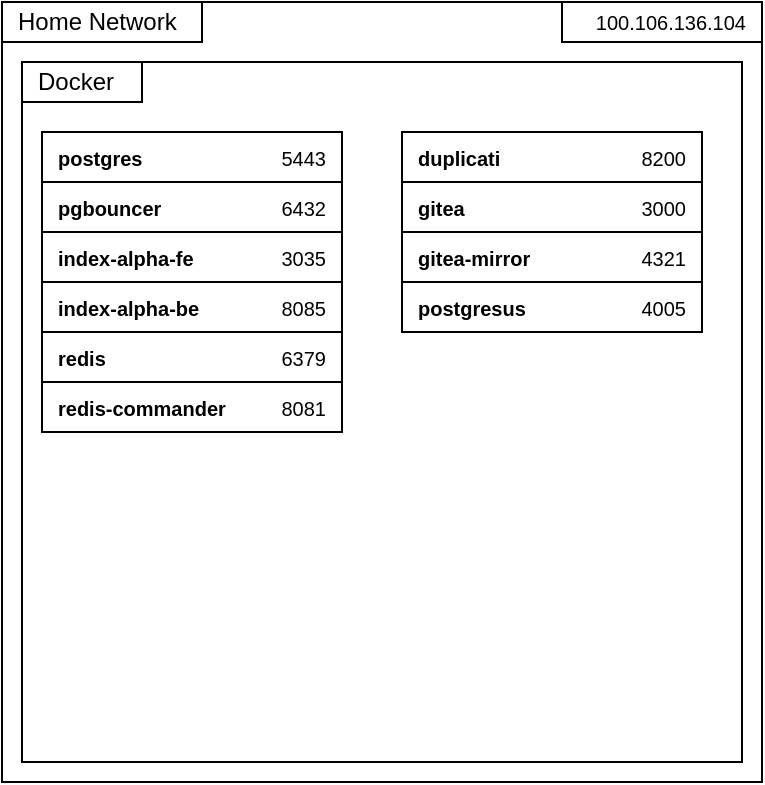
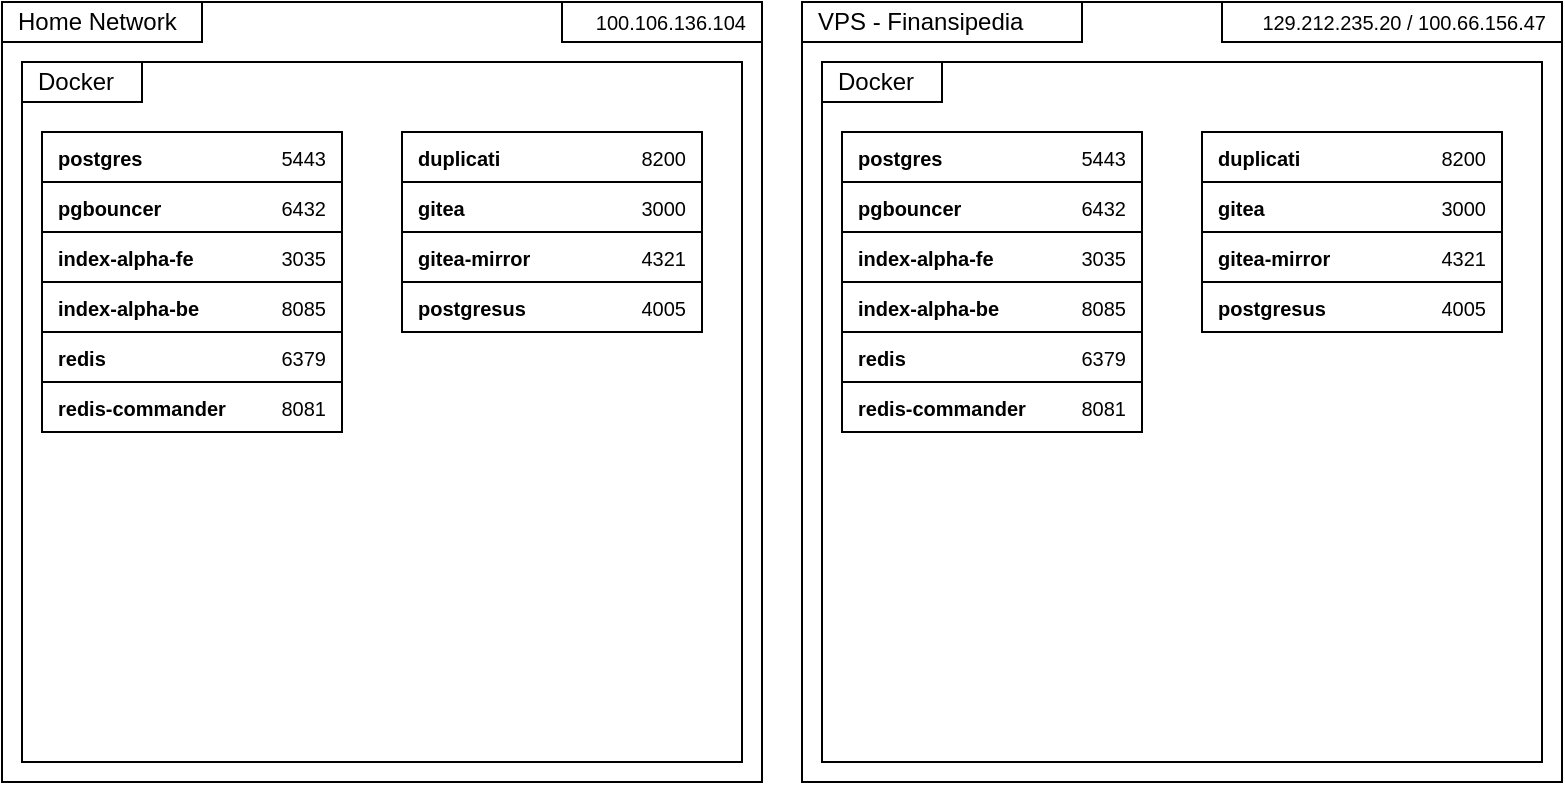
<mxfile host="app.diagrams.net">
  <diagram name="Page-1" id="EqAcxWxWpPEczBTcAObV">
-     <mxGraphModel dx="549" dy="291" grid="1" gridSize="10" guides="1" tooltips="1" connect="1" arrows="1" fold="1" page="1" pageScale="1" pageWidth="850" pageHeight="1100" math="0" shadow="0">
+     <mxGraphModel dx="1373" dy="728" grid="1" gridSize="10" guides="1" tooltips="1" connect="1" arrows="1" fold="1" page="1" pageScale="1" pageWidth="850" pageHeight="1100" math="0" shadow="0">
      <root>
        <mxCell id="0" />
        <mxCell id="1" parent="0" />
        <mxCell id="tyjjsNKJ7kBHK_1WbMmb-1" parent="1" style="rounded=0;whiteSpace=wrap;html=1;" value="" vertex="1">
          <mxGeometry height="390" width="380" x="50" y="60" as="geometry" />
        </mxCell>
        <mxCell id="tyjjsNKJ7kBHK_1WbMmb-18" parent="1" style="rounded=0;whiteSpace=wrap;html=1;" value="" vertex="1">
          <mxGeometry height="350" width="360" x="60" y="90" as="geometry" />
        </mxCell>
        <mxCell id="tyjjsNKJ7kBHK_1WbMmb-3" parent="1" style="rounded=0;whiteSpace=wrap;html=1;" value="" vertex="1">
          <mxGeometry height="20" width="100" x="50" y="60" as="geometry" />
        </mxCell>
        <mxCell id="tyjjsNKJ7kBHK_1WbMmb-2" parent="1" style="text;html=1;whiteSpace=wrap;strokeColor=none;fillColor=none;align=left;verticalAlign=middle;rounded=0;spacingLeft=6;" value="Home Network" vertex="1">
          <mxGeometry height="20" width="100" x="50" y="60" as="geometry" />
        </mxCell>
        <mxCell id="tyjjsNKJ7kBHK_1WbMmb-19" parent="1" style="rounded=0;whiteSpace=wrap;html=1;" value="" vertex="1">
          <mxGeometry height="20" width="60" x="60" y="90" as="geometry" />
        </mxCell>
        <mxCell id="tyjjsNKJ7kBHK_1WbMmb-20" parent="1" style="text;html=1;whiteSpace=wrap;strokeColor=none;fillColor=none;align=left;verticalAlign=middle;rounded=0;spacingLeft=6;" value="Docker" vertex="1">
          <mxGeometry height="20" width="50" x="60" y="90" as="geometry" />
        </mxCell>
        <mxCell id="tyjjsNKJ7kBHK_1WbMmb-28" parent="1" style="rounded=0;whiteSpace=wrap;html=1;align=right;" value="" vertex="1">
          <mxGeometry height="20" width="100" x="330" y="60" as="geometry" />
        </mxCell>
        <mxCell id="tyjjsNKJ7kBHK_1WbMmb-29" parent="1" style="text;html=1;whiteSpace=wrap;strokeColor=none;fillColor=none;align=right;verticalAlign=middle;rounded=0;spacingLeft=6;spacingRight=6;" value="&lt;span style=&quot;font-size: 10px; text-align: center;&quot;&gt;100.106.136.104&lt;/span&gt;" vertex="1">
          <mxGeometry height="20" width="100" x="330" y="60" as="geometry" />
        </mxCell>
        <mxCell id="tyjjsNKJ7kBHK_1WbMmb-48" connectable="0" parent="1" style="group" value="" vertex="1">
          <mxGeometry height="25" width="150" x="70" y="250" as="geometry" />
        </mxCell>
        <mxCell id="tyjjsNKJ7kBHK_1WbMmb-44" parent="tyjjsNKJ7kBHK_1WbMmb-48" style="rounded=0;whiteSpace=wrap;html=1;" value="" vertex="1">
          <mxGeometry height="25" width="150" as="geometry" />
        </mxCell>
        <mxCell id="tyjjsNKJ7kBHK_1WbMmb-45" parent="tyjjsNKJ7kBHK_1WbMmb-48" style="text;html=1;whiteSpace=wrap;strokeColor=none;fillColor=none;align=left;verticalAlign=middle;rounded=0;fontStyle=1;spacingRight=6;spacingLeft=6;" value="&lt;font style=&quot;font-size: 10px;&quot;&gt;redis-commander&lt;/font&gt;" vertex="1">
          <mxGeometry height="20" width="100" y="2.5" as="geometry" />
        </mxCell>
        <mxCell id="tyjjsNKJ7kBHK_1WbMmb-46" parent="tyjjsNKJ7kBHK_1WbMmb-48" style="text;html=1;whiteSpace=wrap;strokeColor=none;fillColor=none;align=right;verticalAlign=middle;rounded=0;spacingRight=6;spacingLeft=6;" value="&lt;font style=&quot;font-size: 10px;&quot;&gt;8081&lt;/font&gt;" vertex="1">
          <mxGeometry height="20" width="40" x="110" y="2.5" as="geometry" />
        </mxCell>
        <mxCell id="tyjjsNKJ7kBHK_1WbMmb-49" connectable="0" parent="1" style="group" value="" vertex="1">
          <mxGeometry height="25" width="150" x="70" y="225" as="geometry" />
        </mxCell>
        <mxCell id="tyjjsNKJ7kBHK_1WbMmb-41" parent="tyjjsNKJ7kBHK_1WbMmb-49" style="rounded=0;whiteSpace=wrap;html=1;" value="" vertex="1">
          <mxGeometry height="25" width="150" as="geometry" />
        </mxCell>
        <mxCell id="tyjjsNKJ7kBHK_1WbMmb-42" parent="tyjjsNKJ7kBHK_1WbMmb-49" style="text;html=1;whiteSpace=wrap;strokeColor=none;fillColor=none;align=left;verticalAlign=middle;rounded=0;fontStyle=1;spacingRight=6;spacingLeft=6;" value="&lt;font style=&quot;font-size: 10px;&quot;&gt;redis&lt;/font&gt;" vertex="1">
          <mxGeometry height="20" width="100" y="2.5" as="geometry" />
        </mxCell>
        <mxCell id="tyjjsNKJ7kBHK_1WbMmb-43" parent="tyjjsNKJ7kBHK_1WbMmb-49" style="text;html=1;whiteSpace=wrap;strokeColor=none;fillColor=none;align=right;verticalAlign=middle;rounded=0;spacingRight=6;spacingLeft=6;" value="&lt;font style=&quot;font-size: 10px;&quot;&gt;6379&lt;/font&gt;" vertex="1">
          <mxGeometry height="20" width="40" x="110" y="2.5" as="geometry" />
        </mxCell>
        <mxCell id="tyjjsNKJ7kBHK_1WbMmb-50" connectable="0" parent="1" style="group" value="" vertex="1">
          <mxGeometry height="25" width="150" x="70" y="200" as="geometry" />
        </mxCell>
        <mxCell id="tyjjsNKJ7kBHK_1WbMmb-38" parent="tyjjsNKJ7kBHK_1WbMmb-50" style="rounded=0;whiteSpace=wrap;html=1;" value="" vertex="1">
          <mxGeometry height="25" width="150" as="geometry" />
        </mxCell>
        <mxCell id="tyjjsNKJ7kBHK_1WbMmb-39" parent="tyjjsNKJ7kBHK_1WbMmb-50" style="text;html=1;whiteSpace=wrap;strokeColor=none;fillColor=none;align=left;verticalAlign=middle;rounded=0;fontStyle=1;spacingRight=6;spacingLeft=6;" value="&lt;font style=&quot;font-size: 10px;&quot;&gt;index-alpha-be&lt;/font&gt;" vertex="1">
          <mxGeometry height="20" width="100" y="2.5" as="geometry" />
        </mxCell>
        <mxCell id="tyjjsNKJ7kBHK_1WbMmb-40" parent="tyjjsNKJ7kBHK_1WbMmb-50" style="text;html=1;whiteSpace=wrap;strokeColor=none;fillColor=none;align=right;verticalAlign=middle;rounded=0;spacingRight=6;spacingLeft=6;" value="&lt;font style=&quot;font-size: 10px;&quot;&gt;8085&lt;/font&gt;" vertex="1">
          <mxGeometry height="20" width="40" x="110" y="2.5" as="geometry" />
        </mxCell>
        <mxCell id="tyjjsNKJ7kBHK_1WbMmb-51" connectable="0" parent="1" style="group" value="" vertex="1">
          <mxGeometry height="25" width="150" x="70" y="175" as="geometry" />
        </mxCell>
        <mxCell id="tyjjsNKJ7kBHK_1WbMmb-35" parent="tyjjsNKJ7kBHK_1WbMmb-51" style="rounded=0;whiteSpace=wrap;html=1;" value="" vertex="1">
          <mxGeometry height="25" width="150" as="geometry" />
        </mxCell>
        <mxCell id="tyjjsNKJ7kBHK_1WbMmb-36" parent="tyjjsNKJ7kBHK_1WbMmb-51" style="text;html=1;whiteSpace=wrap;strokeColor=none;fillColor=none;align=left;verticalAlign=middle;rounded=0;fontStyle=1;spacingRight=6;spacingLeft=6;" value="&lt;font style=&quot;font-size: 10px;&quot;&gt;index-alpha-fe&lt;/font&gt;" vertex="1">
          <mxGeometry height="20" width="100" y="2.5" as="geometry" />
        </mxCell>
        <mxCell id="tyjjsNKJ7kBHK_1WbMmb-37" parent="tyjjsNKJ7kBHK_1WbMmb-51" style="text;html=1;whiteSpace=wrap;strokeColor=none;fillColor=none;align=right;verticalAlign=middle;rounded=0;spacingRight=6;spacingLeft=6;" value="&lt;font style=&quot;font-size: 10px;&quot;&gt;3035&lt;/font&gt;" vertex="1">
          <mxGeometry height="20" width="40" x="110" y="2.5" as="geometry" />
        </mxCell>
        <mxCell id="tyjjsNKJ7kBHK_1WbMmb-52" connectable="0" parent="1" style="group" value="" vertex="1">
          <mxGeometry height="25" width="150" x="70" y="150" as="geometry" />
        </mxCell>
        <mxCell id="tyjjsNKJ7kBHK_1WbMmb-32" parent="tyjjsNKJ7kBHK_1WbMmb-52" style="rounded=0;whiteSpace=wrap;html=1;" value="" vertex="1">
          <mxGeometry height="25" width="150" as="geometry" />
        </mxCell>
        <mxCell id="tyjjsNKJ7kBHK_1WbMmb-33" parent="tyjjsNKJ7kBHK_1WbMmb-52" style="text;html=1;whiteSpace=wrap;strokeColor=none;fillColor=none;align=left;verticalAlign=middle;rounded=0;fontStyle=1;spacingRight=6;spacingLeft=6;" value="&lt;font style=&quot;font-size: 10px;&quot;&gt;pgbouncer&lt;/font&gt;" vertex="1">
          <mxGeometry height="20" width="100" y="2.5" as="geometry" />
        </mxCell>
        <mxCell id="tyjjsNKJ7kBHK_1WbMmb-34" parent="tyjjsNKJ7kBHK_1WbMmb-52" style="text;html=1;whiteSpace=wrap;strokeColor=none;fillColor=none;align=right;verticalAlign=middle;rounded=0;spacingRight=6;spacingLeft=6;" value="&lt;font style=&quot;font-size: 10px;&quot;&gt;6432&lt;/font&gt;" vertex="1">
          <mxGeometry height="20" width="40" x="110" y="2.5" as="geometry" />
        </mxCell>
        <mxCell id="tyjjsNKJ7kBHK_1WbMmb-53" connectable="0" parent="1" style="group" value="" vertex="1">
          <mxGeometry height="25" width="150" x="70" y="125" as="geometry" />
        </mxCell>
        <mxCell id="tyjjsNKJ7kBHK_1WbMmb-5" parent="tyjjsNKJ7kBHK_1WbMmb-53" style="rounded=0;whiteSpace=wrap;html=1;" value="" vertex="1">
          <mxGeometry height="25" width="150" as="geometry" />
        </mxCell>
        <mxCell id="tyjjsNKJ7kBHK_1WbMmb-6" parent="tyjjsNKJ7kBHK_1WbMmb-53" style="text;html=1;whiteSpace=wrap;strokeColor=none;fillColor=none;align=left;verticalAlign=middle;rounded=0;fontStyle=1;spacingRight=6;spacingLeft=6;" value="&lt;font style=&quot;font-size: 10px;&quot;&gt;postgres&lt;/font&gt;" vertex="1">
          <mxGeometry height="20" width="100" y="2.5" as="geometry" />
        </mxCell>
        <mxCell id="tyjjsNKJ7kBHK_1WbMmb-7" parent="tyjjsNKJ7kBHK_1WbMmb-53" style="text;html=1;whiteSpace=wrap;strokeColor=none;fillColor=none;align=right;verticalAlign=middle;rounded=0;spacingRight=6;spacingLeft=6;" value="&lt;font style=&quot;font-size: 10px;&quot;&gt;5443&lt;/font&gt;" vertex="1">
          <mxGeometry height="20" width="40" x="110" y="2.5" as="geometry" />
        </mxCell>
        <mxCell id="tyjjsNKJ7kBHK_1WbMmb-54" connectable="0" parent="1" style="group" value="" vertex="1">
          <mxGeometry height="25" width="150" x="250" y="125" as="geometry" />
        </mxCell>
        <mxCell id="tyjjsNKJ7kBHK_1WbMmb-55" parent="tyjjsNKJ7kBHK_1WbMmb-54" style="rounded=0;whiteSpace=wrap;html=1;" value="" vertex="1">
          <mxGeometry height="25" width="150" as="geometry" />
        </mxCell>
        <mxCell id="tyjjsNKJ7kBHK_1WbMmb-56" parent="tyjjsNKJ7kBHK_1WbMmb-54" style="text;html=1;whiteSpace=wrap;strokeColor=none;fillColor=none;align=left;verticalAlign=middle;rounded=0;fontStyle=1;spacingRight=6;spacingLeft=6;" value="&lt;font style=&quot;font-size: 10px;&quot;&gt;duplicati&lt;/font&gt;" vertex="1">
          <mxGeometry height="20" width="100" y="2.5" as="geometry" />
        </mxCell>
        <mxCell id="tyjjsNKJ7kBHK_1WbMmb-57" parent="tyjjsNKJ7kBHK_1WbMmb-54" style="text;html=1;whiteSpace=wrap;strokeColor=none;fillColor=none;align=right;verticalAlign=middle;rounded=0;spacingRight=6;spacingLeft=6;" value="&lt;font style=&quot;font-size: 10px;&quot;&gt;8200&lt;/font&gt;" vertex="1">
          <mxGeometry height="20" width="40" x="110" y="2.5" as="geometry" />
        </mxCell>
        <mxCell id="tyjjsNKJ7kBHK_1WbMmb-58" connectable="0" parent="1" style="group" value="" vertex="1">
          <mxGeometry height="25" width="150" x="250" y="150" as="geometry" />
        </mxCell>
        <mxCell id="tyjjsNKJ7kBHK_1WbMmb-59" parent="tyjjsNKJ7kBHK_1WbMmb-58" style="rounded=0;whiteSpace=wrap;html=1;" value="" vertex="1">
          <mxGeometry height="25" width="150" as="geometry" />
        </mxCell>
        <mxCell id="tyjjsNKJ7kBHK_1WbMmb-60" parent="tyjjsNKJ7kBHK_1WbMmb-58" style="text;html=1;whiteSpace=wrap;strokeColor=none;fillColor=none;align=left;verticalAlign=middle;rounded=0;fontStyle=1;spacingRight=6;spacingLeft=6;" value="&lt;font style=&quot;font-size: 10px;&quot;&gt;gitea&lt;/font&gt;" vertex="1">
          <mxGeometry height="20" width="100" y="2.5" as="geometry" />
        </mxCell>
        <mxCell id="tyjjsNKJ7kBHK_1WbMmb-61" parent="tyjjsNKJ7kBHK_1WbMmb-58" style="text;html=1;whiteSpace=wrap;strokeColor=none;fillColor=none;align=right;verticalAlign=middle;rounded=0;spacingRight=6;spacingLeft=6;" value="&lt;font style=&quot;font-size: 10px;&quot;&gt;3000&lt;/font&gt;" vertex="1">
          <mxGeometry height="20" width="40" x="110" y="2.5" as="geometry" />
        </mxCell>
        <mxCell id="tyjjsNKJ7kBHK_1WbMmb-62" connectable="0" parent="1" style="group" value="" vertex="1">
          <mxGeometry height="25" width="150" x="250" y="175" as="geometry" />
        </mxCell>
        <mxCell id="tyjjsNKJ7kBHK_1WbMmb-63" parent="tyjjsNKJ7kBHK_1WbMmb-62" style="rounded=0;whiteSpace=wrap;html=1;" value="" vertex="1">
          <mxGeometry height="25" width="150" as="geometry" />
        </mxCell>
        <mxCell id="tyjjsNKJ7kBHK_1WbMmb-64" parent="tyjjsNKJ7kBHK_1WbMmb-62" style="text;html=1;whiteSpace=wrap;strokeColor=none;fillColor=none;align=left;verticalAlign=middle;rounded=0;fontStyle=1;spacingRight=6;spacingLeft=6;" value="&lt;div&gt;&lt;span style=&quot;font-size: 10px;&quot;&gt;gitea-mirror&lt;/span&gt;&lt;/div&gt;" vertex="1">
          <mxGeometry height="20" width="100" y="2.5" as="geometry" />
        </mxCell>
        <mxCell id="tyjjsNKJ7kBHK_1WbMmb-65" parent="tyjjsNKJ7kBHK_1WbMmb-62" style="text;html=1;whiteSpace=wrap;strokeColor=none;fillColor=none;align=right;verticalAlign=middle;rounded=0;spacingRight=6;spacingLeft=6;" value="&lt;font style=&quot;font-size: 10px;&quot;&gt;4321&lt;/font&gt;" vertex="1">
          <mxGeometry height="20" width="40" x="110" y="2.5" as="geometry" />
        </mxCell>
        <mxCell id="tyjjsNKJ7kBHK_1WbMmb-66" connectable="0" parent="1" style="group" value="" vertex="1">
          <mxGeometry height="25" width="150" x="250" y="200" as="geometry" />
        </mxCell>
        <mxCell id="tyjjsNKJ7kBHK_1WbMmb-67" parent="tyjjsNKJ7kBHK_1WbMmb-66" style="rounded=0;whiteSpace=wrap;html=1;" value="" vertex="1">
          <mxGeometry height="25" width="150" as="geometry" />
        </mxCell>
        <mxCell id="tyjjsNKJ7kBHK_1WbMmb-68" parent="tyjjsNKJ7kBHK_1WbMmb-66" style="text;html=1;whiteSpace=wrap;strokeColor=none;fillColor=none;align=left;verticalAlign=middle;rounded=0;fontStyle=1;spacingRight=6;spacingLeft=6;" value="&lt;div&gt;&lt;span style=&quot;font-size: 10px;&quot;&gt;postgresus&lt;/span&gt;&lt;/div&gt;" vertex="1">
          <mxGeometry height="20" width="100" y="2.5" as="geometry" />
        </mxCell>
        <mxCell id="tyjjsNKJ7kBHK_1WbMmb-69" parent="tyjjsNKJ7kBHK_1WbMmb-66" style="text;html=1;whiteSpace=wrap;strokeColor=none;fillColor=none;align=right;verticalAlign=middle;rounded=0;spacingRight=6;spacingLeft=6;" value="&lt;font style=&quot;font-size: 10px;&quot;&gt;4005&lt;/font&gt;" vertex="1">
          <mxGeometry height="20" width="40" x="110" y="2.5" as="geometry" />
        </mxCell>
+         <mxCell id="tyjjsNKJ7kBHK_1WbMmb-70" parent="1" style="rounded=0;whiteSpace=wrap;html=1;" value="" vertex="1">
+           <mxGeometry height="390" width="380" x="450" y="60" as="geometry" />
+         </mxCell>
+         <mxCell id="tyjjsNKJ7kBHK_1WbMmb-71" parent="1" style="rounded=0;whiteSpace=wrap;html=1;" value="" vertex="1">
+           <mxGeometry height="350" width="360" x="460" y="90" as="geometry" />
+         </mxCell>
+         <mxCell id="tyjjsNKJ7kBHK_1WbMmb-72" parent="1" style="rounded=0;whiteSpace=wrap;html=1;" value="" vertex="1">
+           <mxGeometry height="20" width="140" x="450" y="60" as="geometry" />
+         </mxCell>
+         <mxCell id="tyjjsNKJ7kBHK_1WbMmb-73" parent="1" style="text;html=1;whiteSpace=wrap;strokeColor=none;fillColor=none;align=left;verticalAlign=middle;rounded=0;spacingLeft=6;" value="VPS - Finansipedia" vertex="1">
+           <mxGeometry height="20" width="130" x="450" y="60" as="geometry" />
+         </mxCell>
+         <mxCell id="tyjjsNKJ7kBHK_1WbMmb-74" parent="1" style="rounded=0;whiteSpace=wrap;html=1;" value="" vertex="1">
+           <mxGeometry height="20" width="60" x="460" y="90" as="geometry" />
+         </mxCell>
+         <mxCell id="tyjjsNKJ7kBHK_1WbMmb-75" parent="1" style="text;html=1;whiteSpace=wrap;strokeColor=none;fillColor=none;align=left;verticalAlign=middle;rounded=0;spacingLeft=6;" value="Docker" vertex="1">
+           <mxGeometry height="20" width="50" x="460" y="90" as="geometry" />
+         </mxCell>
+         <mxCell id="tyjjsNKJ7kBHK_1WbMmb-76" parent="1" style="rounded=0;whiteSpace=wrap;html=1;align=right;" value="" vertex="1">
+           <mxGeometry height="20" width="170" x="660" y="60" as="geometry" />
+         </mxCell>
+         <mxCell id="tyjjsNKJ7kBHK_1WbMmb-77" parent="1" style="text;html=1;whiteSpace=wrap;strokeColor=none;fillColor=none;align=right;verticalAlign=middle;rounded=0;spacingLeft=6;spacingRight=6;" value="&lt;div style=&quot;text-align: center;&quot;&gt;&lt;span style=&quot;background-color: transparent; font-size: 10px;&quot;&gt;129.212.235.20 /&amp;nbsp;&lt;/span&gt;&lt;span style=&quot;background-color: transparent; text-align: right; font-size: 10px;&quot;&gt;100.66.156.47&lt;/span&gt;&lt;/div&gt;" vertex="1">
+           <mxGeometry height="20" width="160" x="670" y="60" as="geometry" />
+         </mxCell>
+         <mxCell id="tyjjsNKJ7kBHK_1WbMmb-78" connectable="0" parent="1" style="group" value="" vertex="1">
+           <mxGeometry height="25" width="150" x="470" y="250" as="geometry" />
+         </mxCell>
+         <mxCell id="tyjjsNKJ7kBHK_1WbMmb-79" parent="tyjjsNKJ7kBHK_1WbMmb-78" style="rounded=0;whiteSpace=wrap;html=1;" value="" vertex="1">
+           <mxGeometry height="25" width="150" as="geometry" />
+         </mxCell>
+         <mxCell id="tyjjsNKJ7kBHK_1WbMmb-80" parent="tyjjsNKJ7kBHK_1WbMmb-78" style="text;html=1;whiteSpace=wrap;strokeColor=none;fillColor=none;align=left;verticalAlign=middle;rounded=0;fontStyle=1;spacingRight=6;spacingLeft=6;" value="&lt;font style=&quot;font-size: 10px;&quot;&gt;redis-commander&lt;/font&gt;" vertex="1">
+           <mxGeometry height="20" width="100" y="2.5" as="geometry" />
+         </mxCell>
+         <mxCell id="tyjjsNKJ7kBHK_1WbMmb-81" parent="tyjjsNKJ7kBHK_1WbMmb-78" style="text;html=1;whiteSpace=wrap;strokeColor=none;fillColor=none;align=right;verticalAlign=middle;rounded=0;spacingRight=6;spacingLeft=6;" value="&lt;font style=&quot;font-size: 10px;&quot;&gt;8081&lt;/font&gt;" vertex="1">
+           <mxGeometry height="20" width="40" x="110" y="2.5" as="geometry" />
+         </mxCell>
+         <mxCell id="tyjjsNKJ7kBHK_1WbMmb-82" connectable="0" parent="1" style="group" value="" vertex="1">
+           <mxGeometry height="25" width="150" x="470" y="225" as="geometry" />
+         </mxCell>
+         <mxCell id="tyjjsNKJ7kBHK_1WbMmb-83" parent="tyjjsNKJ7kBHK_1WbMmb-82" style="rounded=0;whiteSpace=wrap;html=1;" value="" vertex="1">
+           <mxGeometry height="25" width="150" as="geometry" />
+         </mxCell>
+         <mxCell id="tyjjsNKJ7kBHK_1WbMmb-84" parent="tyjjsNKJ7kBHK_1WbMmb-82" style="text;html=1;whiteSpace=wrap;strokeColor=none;fillColor=none;align=left;verticalAlign=middle;rounded=0;fontStyle=1;spacingRight=6;spacingLeft=6;" value="&lt;font style=&quot;font-size: 10px;&quot;&gt;redis&lt;/font&gt;" vertex="1">
+           <mxGeometry height="20" width="100" y="2.5" as="geometry" />
+         </mxCell>
+         <mxCell id="tyjjsNKJ7kBHK_1WbMmb-85" parent="tyjjsNKJ7kBHK_1WbMmb-82" style="text;html=1;whiteSpace=wrap;strokeColor=none;fillColor=none;align=right;verticalAlign=middle;rounded=0;spacingRight=6;spacingLeft=6;" value="&lt;font style=&quot;font-size: 10px;&quot;&gt;6379&lt;/font&gt;" vertex="1">
+           <mxGeometry height="20" width="40" x="110" y="2.5" as="geometry" />
+         </mxCell>
+         <mxCell id="tyjjsNKJ7kBHK_1WbMmb-86" connectable="0" parent="1" style="group" value="" vertex="1">
+           <mxGeometry height="25" width="150" x="470" y="200" as="geometry" />
+         </mxCell>
+         <mxCell id="tyjjsNKJ7kBHK_1WbMmb-87" parent="tyjjsNKJ7kBHK_1WbMmb-86" style="rounded=0;whiteSpace=wrap;html=1;" value="" vertex="1">
+           <mxGeometry height="25" width="150" as="geometry" />
+         </mxCell>
+         <mxCell id="tyjjsNKJ7kBHK_1WbMmb-88" parent="tyjjsNKJ7kBHK_1WbMmb-86" style="text;html=1;whiteSpace=wrap;strokeColor=none;fillColor=none;align=left;verticalAlign=middle;rounded=0;fontStyle=1;spacingRight=6;spacingLeft=6;" value="&lt;font style=&quot;font-size: 10px;&quot;&gt;index-alpha-be&lt;/font&gt;" vertex="1">
+           <mxGeometry height="20" width="100" y="2.5" as="geometry" />
+         </mxCell>
+         <mxCell id="tyjjsNKJ7kBHK_1WbMmb-89" parent="tyjjsNKJ7kBHK_1WbMmb-86" style="text;html=1;whiteSpace=wrap;strokeColor=none;fillColor=none;align=right;verticalAlign=middle;rounded=0;spacingRight=6;spacingLeft=6;" value="&lt;font style=&quot;font-size: 10px;&quot;&gt;8085&lt;/font&gt;" vertex="1">
+           <mxGeometry height="20" width="40" x="110" y="2.5" as="geometry" />
+         </mxCell>
+         <mxCell id="tyjjsNKJ7kBHK_1WbMmb-90" connectable="0" parent="1" style="group" value="" vertex="1">
+           <mxGeometry height="25" width="150" x="470" y="175" as="geometry" />
+         </mxCell>
+         <mxCell id="tyjjsNKJ7kBHK_1WbMmb-91" parent="tyjjsNKJ7kBHK_1WbMmb-90" style="rounded=0;whiteSpace=wrap;html=1;" value="" vertex="1">
+           <mxGeometry height="25" width="150" as="geometry" />
+         </mxCell>
+         <mxCell id="tyjjsNKJ7kBHK_1WbMmb-92" parent="tyjjsNKJ7kBHK_1WbMmb-90" style="text;html=1;whiteSpace=wrap;strokeColor=none;fillColor=none;align=left;verticalAlign=middle;rounded=0;fontStyle=1;spacingRight=6;spacingLeft=6;" value="&lt;font style=&quot;font-size: 10px;&quot;&gt;index-alpha-fe&lt;/font&gt;" vertex="1">
+           <mxGeometry height="20" width="100" y="2.5" as="geometry" />
+         </mxCell>
+         <mxCell id="tyjjsNKJ7kBHK_1WbMmb-93" parent="tyjjsNKJ7kBHK_1WbMmb-90" style="text;html=1;whiteSpace=wrap;strokeColor=none;fillColor=none;align=right;verticalAlign=middle;rounded=0;spacingRight=6;spacingLeft=6;" value="&lt;font style=&quot;font-size: 10px;&quot;&gt;3035&lt;/font&gt;" vertex="1">
+           <mxGeometry height="20" width="40" x="110" y="2.5" as="geometry" />
+         </mxCell>
+         <mxCell id="tyjjsNKJ7kBHK_1WbMmb-94" connectable="0" parent="1" style="group" value="" vertex="1">
+           <mxGeometry height="25" width="150" x="470" y="150" as="geometry" />
+         </mxCell>
+         <mxCell id="tyjjsNKJ7kBHK_1WbMmb-95" parent="tyjjsNKJ7kBHK_1WbMmb-94" style="rounded=0;whiteSpace=wrap;html=1;" value="" vertex="1">
+           <mxGeometry height="25" width="150" as="geometry" />
+         </mxCell>
+         <mxCell id="tyjjsNKJ7kBHK_1WbMmb-96" parent="tyjjsNKJ7kBHK_1WbMmb-94" style="text;html=1;whiteSpace=wrap;strokeColor=none;fillColor=none;align=left;verticalAlign=middle;rounded=0;fontStyle=1;spacingRight=6;spacingLeft=6;" value="&lt;font style=&quot;font-size: 10px;&quot;&gt;pgbouncer&lt;/font&gt;" vertex="1">
+           <mxGeometry height="20" width="100" y="2.5" as="geometry" />
+         </mxCell>
+         <mxCell id="tyjjsNKJ7kBHK_1WbMmb-97" parent="tyjjsNKJ7kBHK_1WbMmb-94" style="text;html=1;whiteSpace=wrap;strokeColor=none;fillColor=none;align=right;verticalAlign=middle;rounded=0;spacingRight=6;spacingLeft=6;" value="&lt;font style=&quot;font-size: 10px;&quot;&gt;6432&lt;/font&gt;" vertex="1">
+           <mxGeometry height="20" width="40" x="110" y="2.5" as="geometry" />
+         </mxCell>
+         <mxCell id="tyjjsNKJ7kBHK_1WbMmb-98" connectable="0" parent="1" style="group" value="" vertex="1">
+           <mxGeometry height="25" width="150" x="470" y="125" as="geometry" />
+         </mxCell>
+         <mxCell id="tyjjsNKJ7kBHK_1WbMmb-99" parent="tyjjsNKJ7kBHK_1WbMmb-98" style="rounded=0;whiteSpace=wrap;html=1;" value="" vertex="1">
+           <mxGeometry height="25" width="150" as="geometry" />
+         </mxCell>
+         <mxCell id="tyjjsNKJ7kBHK_1WbMmb-100" parent="tyjjsNKJ7kBHK_1WbMmb-98" style="text;html=1;whiteSpace=wrap;strokeColor=none;fillColor=none;align=left;verticalAlign=middle;rounded=0;fontStyle=1;spacingRight=6;spacingLeft=6;" value="&lt;font style=&quot;font-size: 10px;&quot;&gt;postgres&lt;/font&gt;" vertex="1">
+           <mxGeometry height="20" width="100" y="2.5" as="geometry" />
+         </mxCell>
+         <mxCell id="tyjjsNKJ7kBHK_1WbMmb-101" parent="tyjjsNKJ7kBHK_1WbMmb-98" style="text;html=1;whiteSpace=wrap;strokeColor=none;fillColor=none;align=right;verticalAlign=middle;rounded=0;spacingRight=6;spacingLeft=6;" value="&lt;font style=&quot;font-size: 10px;&quot;&gt;5443&lt;/font&gt;" vertex="1">
+           <mxGeometry height="20" width="40" x="110" y="2.5" as="geometry" />
+         </mxCell>
+         <mxCell id="tyjjsNKJ7kBHK_1WbMmb-102" connectable="0" parent="1" style="group" value="" vertex="1">
+           <mxGeometry height="25" width="150" x="650" y="125" as="geometry" />
+         </mxCell>
+         <mxCell id="tyjjsNKJ7kBHK_1WbMmb-103" parent="tyjjsNKJ7kBHK_1WbMmb-102" style="rounded=0;whiteSpace=wrap;html=1;" value="" vertex="1">
+           <mxGeometry height="25" width="150" as="geometry" />
+         </mxCell>
+         <mxCell id="tyjjsNKJ7kBHK_1WbMmb-104" parent="tyjjsNKJ7kBHK_1WbMmb-102" style="text;html=1;whiteSpace=wrap;strokeColor=none;fillColor=none;align=left;verticalAlign=middle;rounded=0;fontStyle=1;spacingRight=6;spacingLeft=6;" value="&lt;font style=&quot;font-size: 10px;&quot;&gt;duplicati&lt;/font&gt;" vertex="1">
+           <mxGeometry height="20" width="100" y="2.5" as="geometry" />
+         </mxCell>
+         <mxCell id="tyjjsNKJ7kBHK_1WbMmb-105" parent="tyjjsNKJ7kBHK_1WbMmb-102" style="text;html=1;whiteSpace=wrap;strokeColor=none;fillColor=none;align=right;verticalAlign=middle;rounded=0;spacingRight=6;spacingLeft=6;" value="&lt;font style=&quot;font-size: 10px;&quot;&gt;8200&lt;/font&gt;" vertex="1">
+           <mxGeometry height="20" width="40" x="110" y="2.5" as="geometry" />
+         </mxCell>
+         <mxCell id="tyjjsNKJ7kBHK_1WbMmb-106" connectable="0" parent="1" style="group" value="" vertex="1">
+           <mxGeometry height="25" width="150" x="650" y="150" as="geometry" />
+         </mxCell>
+         <mxCell id="tyjjsNKJ7kBHK_1WbMmb-107" parent="tyjjsNKJ7kBHK_1WbMmb-106" style="rounded=0;whiteSpace=wrap;html=1;" value="" vertex="1">
+           <mxGeometry height="25" width="150" as="geometry" />
+         </mxCell>
+         <mxCell id="tyjjsNKJ7kBHK_1WbMmb-108" parent="tyjjsNKJ7kBHK_1WbMmb-106" style="text;html=1;whiteSpace=wrap;strokeColor=none;fillColor=none;align=left;verticalAlign=middle;rounded=0;fontStyle=1;spacingRight=6;spacingLeft=6;" value="&lt;font style=&quot;font-size: 10px;&quot;&gt;gitea&lt;/font&gt;" vertex="1">
+           <mxGeometry height="20" width="100" y="2.5" as="geometry" />
+         </mxCell>
+         <mxCell id="tyjjsNKJ7kBHK_1WbMmb-109" parent="tyjjsNKJ7kBHK_1WbMmb-106" style="text;html=1;whiteSpace=wrap;strokeColor=none;fillColor=none;align=right;verticalAlign=middle;rounded=0;spacingRight=6;spacingLeft=6;" value="&lt;font style=&quot;font-size: 10px;&quot;&gt;3000&lt;/font&gt;" vertex="1">
+           <mxGeometry height="20" width="40" x="110" y="2.5" as="geometry" />
+         </mxCell>
+         <mxCell id="tyjjsNKJ7kBHK_1WbMmb-110" connectable="0" parent="1" style="group" value="" vertex="1">
+           <mxGeometry height="25" width="150" x="650" y="175" as="geometry" />
+         </mxCell>
+         <mxCell id="tyjjsNKJ7kBHK_1WbMmb-111" parent="tyjjsNKJ7kBHK_1WbMmb-110" style="rounded=0;whiteSpace=wrap;html=1;" value="" vertex="1">
+           <mxGeometry height="25" width="150" as="geometry" />
+         </mxCell>
+         <mxCell id="tyjjsNKJ7kBHK_1WbMmb-112" parent="tyjjsNKJ7kBHK_1WbMmb-110" style="text;html=1;whiteSpace=wrap;strokeColor=none;fillColor=none;align=left;verticalAlign=middle;rounded=0;fontStyle=1;spacingRight=6;spacingLeft=6;" value="&lt;div&gt;&lt;span style=&quot;font-size: 10px;&quot;&gt;gitea-mirror&lt;/span&gt;&lt;/div&gt;" vertex="1">
+           <mxGeometry height="20" width="100" y="2.5" as="geometry" />
+         </mxCell>
+         <mxCell id="tyjjsNKJ7kBHK_1WbMmb-113" parent="tyjjsNKJ7kBHK_1WbMmb-110" style="text;html=1;whiteSpace=wrap;strokeColor=none;fillColor=none;align=right;verticalAlign=middle;rounded=0;spacingRight=6;spacingLeft=6;" value="&lt;font style=&quot;font-size: 10px;&quot;&gt;4321&lt;/font&gt;" vertex="1">
+           <mxGeometry height="20" width="40" x="110" y="2.5" as="geometry" />
+         </mxCell>
+         <mxCell id="tyjjsNKJ7kBHK_1WbMmb-114" connectable="0" parent="1" style="group" value="" vertex="1">
+           <mxGeometry height="25" width="150" x="650" y="200" as="geometry" />
+         </mxCell>
+         <mxCell id="tyjjsNKJ7kBHK_1WbMmb-115" parent="tyjjsNKJ7kBHK_1WbMmb-114" style="rounded=0;whiteSpace=wrap;html=1;" value="" vertex="1">
+           <mxGeometry height="25" width="150" as="geometry" />
+         </mxCell>
+         <mxCell id="tyjjsNKJ7kBHK_1WbMmb-116" parent="tyjjsNKJ7kBHK_1WbMmb-114" style="text;html=1;whiteSpace=wrap;strokeColor=none;fillColor=none;align=left;verticalAlign=middle;rounded=0;fontStyle=1;spacingRight=6;spacingLeft=6;" value="&lt;div&gt;&lt;span style=&quot;font-size: 10px;&quot;&gt;postgresus&lt;/span&gt;&lt;/div&gt;" vertex="1">
+           <mxGeometry height="20" width="100" y="2.5" as="geometry" />
+         </mxCell>
+         <mxCell id="tyjjsNKJ7kBHK_1WbMmb-117" parent="tyjjsNKJ7kBHK_1WbMmb-114" style="text;html=1;whiteSpace=wrap;strokeColor=none;fillColor=none;align=right;verticalAlign=middle;rounded=0;spacingRight=6;spacingLeft=6;" value="&lt;font style=&quot;font-size: 10px;&quot;&gt;4005&lt;/font&gt;" vertex="1">
+           <mxGeometry height="20" width="40" x="110" y="2.5" as="geometry" />
+         </mxCell>
      </root>
    </mxGraphModel>
  </diagram>
</mxfile>
